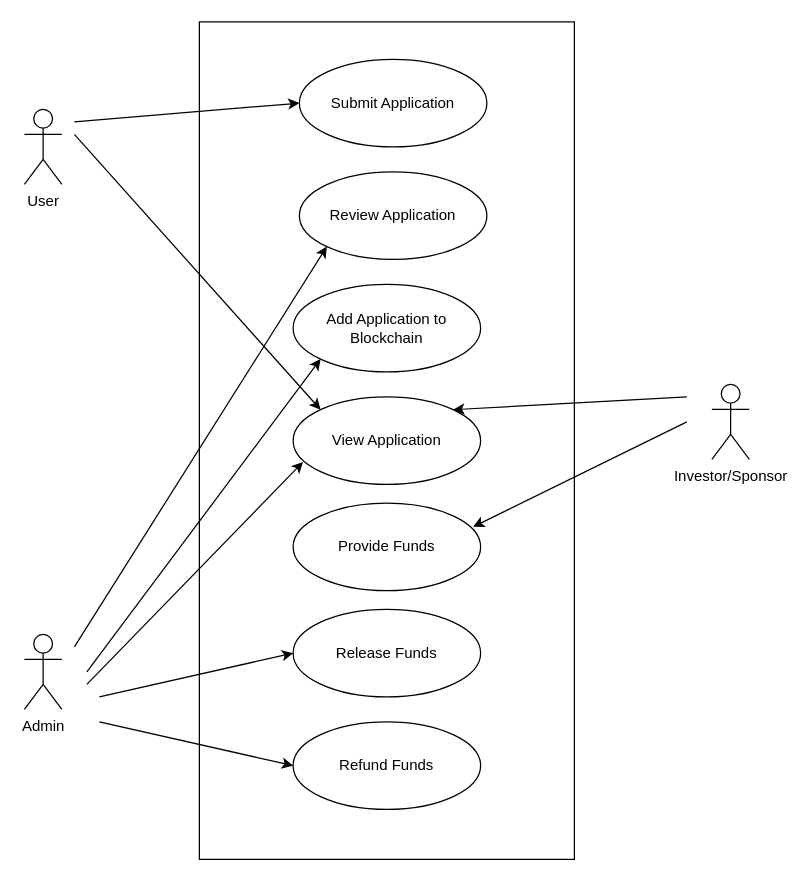
Earlier version of the draw.io diagram page "UseCase" (1 of 2) of Documents/UML.drawio (Aniruddhchavda/CrowdFunding-DApp). Source tidied: cells renumbered, new cells numbered last; positions are measured from the earlier drawing's top-left corner, leaving out a move shared by most shapes. Both pictures are drawn from the tidied source at 125%, with x=0, y=0 at pixel (24, 21).
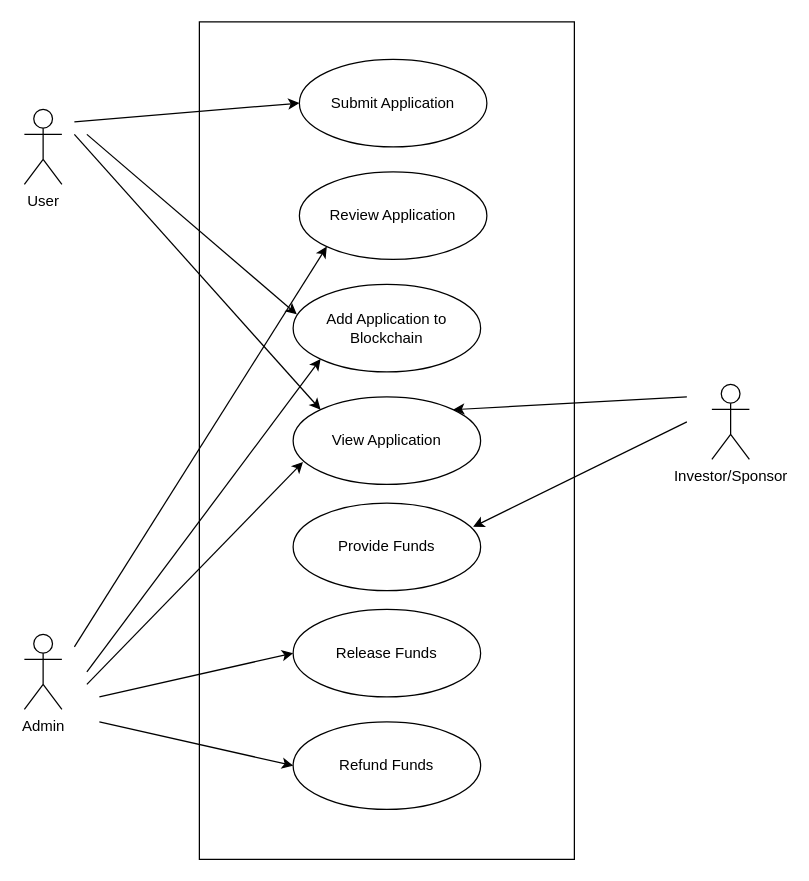
After the change.

Commit message:
Added Sequence Diagram

The change refers to these unchanged cells:
```xml
<mxCell id="10" value="Add Application to Blockchain" style="ellipse;whiteSpace=wrap;html=1;" parent="1" vertex="1">
  <mxGeometry x="215" y="210" width="150" height="70" as="geometry" />
</mxCell>
```

Diff of the diagram source:
```diff
@@
+    <mxCell id="22" style="endArrow=classic;html=1;rounded=0;entryX=0.02;entryY=0.343;entryDx=0;entryDy=0;entryPerimeter=0;" parent="1" edge="1" target="10">
+      <mxGeometry relative="1" as="geometry">
+        <mxPoint x="50" y="90" as="sourcePoint" />
+      </mxGeometry>
+    </mxCell>
```
